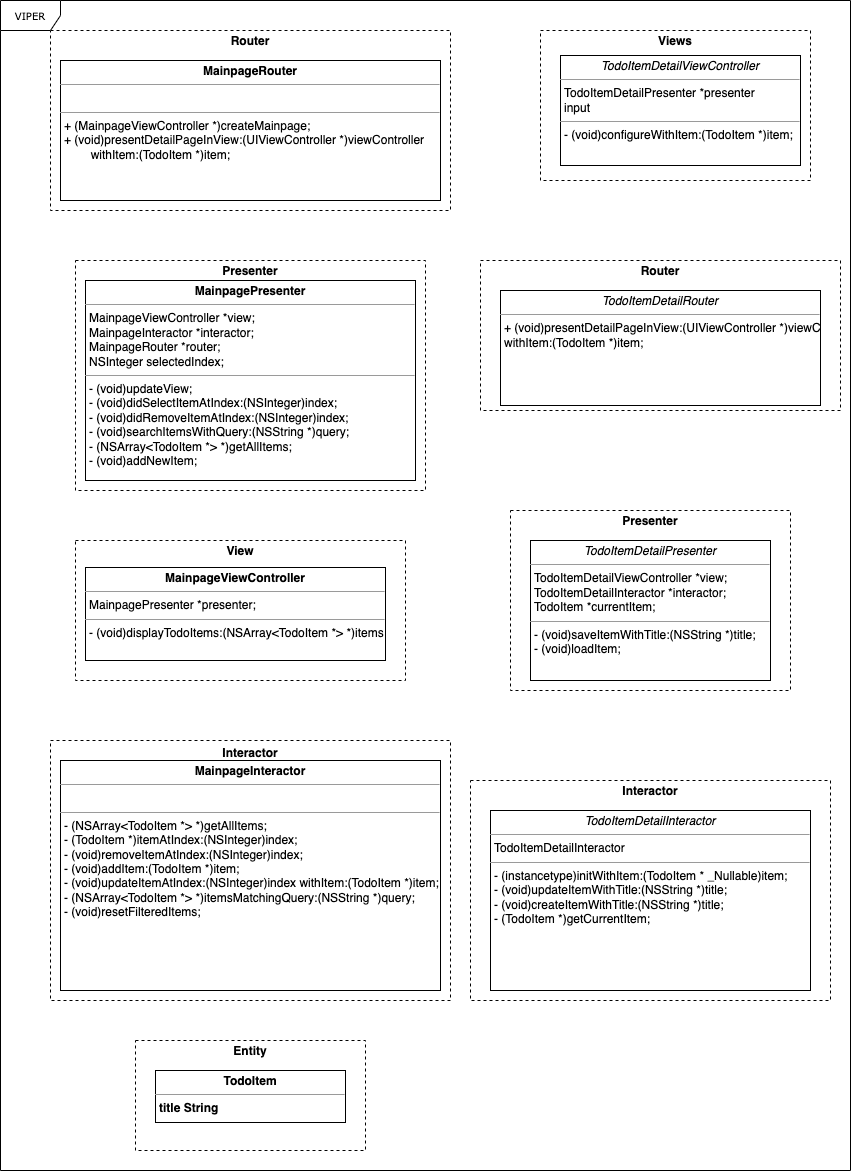
Above: Architectural Patterns/VIPER.drawio.png in jeuneseven/iOS (draw.io), before the change. Source tidied: cells renumbered, new cells last; positions are measured from the earlier drawing's top-left corner, leaving out a move shared by most shapes.
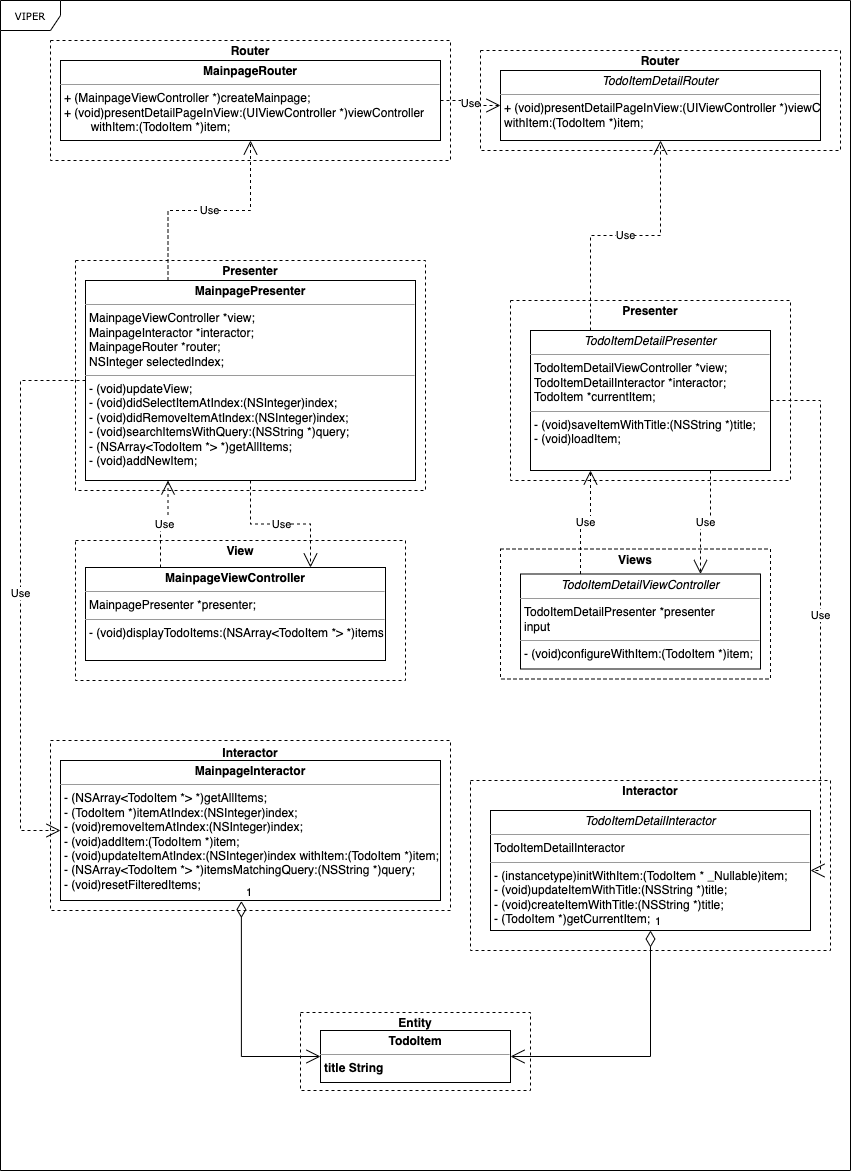
The same file after the commit.

The edit, as a diff of the source:
```diff
@@ -12,32 +12,26 @@
       <mxGeometry x="75" y="540" width="330" height="140" as="geometry" />
     </mxCell>
     <mxCell id="5" value="&lt;p style=&quot;margin:0px;margin-top:4px;text-align:center;&quot;&gt;&lt;/p&gt;&lt;div style=&quot;height:2px;&quot;&gt;&lt;/div&gt;&lt;div style=&quot;text-align: center;&quot;&gt;&lt;span style=&quot;background-color: initial;&quot;&gt;&lt;b&gt;Interactor&lt;/b&gt;&lt;/span&gt;&lt;/div&gt;" style="verticalAlign=top;align=left;overflow=fill;html=1;whiteSpace=wrap;dashed=1;" parent="1" vertex="1">
-      <mxGeometry x="50" y="740" width="400" height="260" as="geometry" />
+      <mxGeometry x="50" y="740" width="400" height="170" as="geometry" />
     </mxCell>
     <mxCell id="6" value="&lt;p style=&quot;margin:0px;margin-top:4px;text-align:center;&quot;&gt;&lt;b&gt;Entity&lt;/b&gt;&lt;/p&gt;" style="verticalAlign=top;align=left;overflow=fill;html=1;whiteSpace=wrap;dashed=1;" parent="1" vertex="1">
-      <mxGeometry x="135" y="1040" width="230" height="110" as="geometry" />
+      <mxGeometry x="300" y="1012" width="230" height="78" as="geometry" />
     </mxCell>
     <mxCell id="7" value="&lt;p style=&quot;margin:0px;margin-top:4px;text-align:center;&quot;&gt;&lt;b&gt;Interactor&lt;/b&gt;&lt;br&gt;&lt;/p&gt;" style="verticalAlign=top;align=left;overflow=fill;html=1;whiteSpace=wrap;dashed=1;" parent="1" vertex="1">
-      <mxGeometry x="470" y="780" width="360" height="220" as="geometry" />
+      <mxGeometry x="470" y="780" width="360" height="170" as="geometry" />
     </mxCell>
     <mxCell id="8" value="&lt;p style=&quot;margin:0px;margin-top:4px;text-align:center;&quot;&gt;&lt;b&gt;Presenter&lt;/b&gt;&lt;/p&gt;" style="verticalAlign=top;align=left;overflow=fill;html=1;whiteSpace=wrap;dashed=1;" parent="1" vertex="1">
-      <mxGeometry x="510" y="510" width="280" height="180" as="geometry" />
+      <mxGeometry x="510" y="300" width="280" height="180" as="geometry" />
     </mxCell>
     <mxCell id="9" value="&lt;p style=&quot;margin:0px;margin-top:4px;text-align:center;&quot;&gt;&lt;b&gt;Router&lt;/b&gt;&lt;/p&gt;" style="verticalAlign=top;align=left;overflow=fill;html=1;whiteSpace=wrap;dashed=1;" parent="1" vertex="1">
-      <mxGeometry x="480" y="260" width="360" height="150" as="geometry" />
+      <mxGeometry x="480" y="50" width="360" height="100" as="geometry" />
     </mxCell>
     <mxCell id="10" value="&lt;p style=&quot;margin:0px;margin-top:4px;text-align:center;&quot;&gt;&lt;b&gt;Views&lt;/b&gt;&lt;/p&gt;" style="verticalAlign=top;align=left;overflow=fill;html=1;whiteSpace=wrap;dashed=1;" parent="1" vertex="1">
-      <mxGeometry x="540" y="30" width="270" height="150" as="geometry" />
+      <mxGeometry x="500" y="548.5" width="270" height="130" as="geometry" />
     </mxCell>
     <mxCell id="11" value="&lt;p style=&quot;margin:0px;margin-top:4px;text-align:center;&quot;&gt;&lt;b&gt;Router&lt;/b&gt;&lt;/p&gt;" style="verticalAlign=top;align=left;overflow=fill;html=1;whiteSpace=wrap;dashed=1;" parent="1" vertex="1">
-      <mxGeometry x="50" y="30" width="400" height="180" as="geometry" />
+      <mxGeometry x="50" y="40" width="400" height="120" as="geometry" />
     </mxCell>
-    <mxCell id="12" style="edgeStyle=orthogonalEdgeStyle;rounded=0;html=1;dashed=1;labelBackgroundColor=none;startFill=0;endArrow=open;endFill=0;endSize=10;fontFamily=Verdana;fontSize=10;" parent="1" edge="1">
-      <mxGeometry relative="1" as="geometry">
-        <mxPoint x="730" y="914" as="sourcePoint" />
-        <mxPoint x="730" y="938" as="targetPoint" />
-      </mxGeometry>
-    </mxCell>
     <mxCell id="13" style="edgeStyle=orthogonalEdgeStyle;rounded=0;html=1;dashed=1;labelBackgroundColor=none;startFill=0;endArrow=open;endFill=0;endSize=10;fontFamily=Verdana;fontSize=10;" parent="1" edge="1">
       <mxGeometry relative="1" as="geometry">
         <mxPoint x="730" y="1048" as="sourcePoint" />
@@ -49,19 +43,19 @@
       </mxGeometry>
     </mxCell>
     <mxCell id="15" value="&lt;p style=&quot;margin:0px;margin-top:4px;text-align:center;&quot;&gt;&lt;i&gt;TodoItemDetailInteractor&lt;/i&gt;&lt;br&gt;&lt;/p&gt;&lt;hr size=&quot;1&quot;&gt;&lt;p style=&quot;margin:0px;margin-left:4px;&quot;&gt;TodoItemDetailInteractor&lt;br&gt;&lt;/p&gt;&lt;hr size=&quot;1&quot;&gt;&lt;p style=&quot;margin:0px;margin-left:4px;&quot;&gt;- (instancetype)initWithItem:(TodoItem * _Nullable)item;&lt;/p&gt;&lt;p style=&quot;margin:0px;margin-left:4px;&quot;&gt;- (void)updateItemWithTitle:(NSString *)title;&lt;/p&gt;&lt;p style=&quot;margin:0px;margin-left:4px;&quot;&gt;- (void)createItemWithTitle:(NSString *)title;&lt;/p&gt;&lt;p style=&quot;margin:0px;margin-left:4px;&quot;&gt;- (TodoItem *)getCurrentItem;&lt;/p&gt;" style="verticalAlign=top;align=left;overflow=fill;fontSize=12;fontFamily=Helvetica;html=1;rounded=0;shadow=0;comic=0;labelBackgroundColor=none;strokeWidth=1;" parent="1" vertex="1">
-      <mxGeometry x="490" y="810" width="320" height="180" as="geometry" />
+      <mxGeometry x="490" y="810" width="320" height="120" as="geometry" />
     </mxCell>
     <mxCell id="16" value="&lt;p style=&quot;margin:0px;margin-top:4px;text-align:center;&quot;&gt;&lt;i&gt;TodoItemDetailPresenter&lt;/i&gt;&lt;br&gt;&lt;/p&gt;&lt;hr size=&quot;1&quot;&gt;&lt;p style=&quot;margin:0px;margin-left:4px;&quot;&gt;TodoItemDetailViewController *view;&lt;/p&gt;&lt;p style=&quot;margin:0px;margin-left:4px;&quot;&gt;TodoItemDetailInteractor *interactor;&lt;/p&gt;&lt;p style=&quot;margin:0px;margin-left:4px;&quot;&gt;TodoItem *currentItem;&lt;/p&gt;&lt;hr size=&quot;1&quot;&gt;&lt;p style=&quot;margin:0px;margin-left:4px;&quot;&gt;- (void)saveItemWithTitle:(NSString *)title;&lt;/p&gt;&lt;p style=&quot;margin:0px;margin-left:4px;&quot;&gt;- (void)loadItem;&lt;/p&gt;" style="verticalAlign=top;align=left;overflow=fill;fontSize=12;fontFamily=Helvetica;html=1;rounded=0;shadow=0;comic=0;labelBackgroundColor=none;strokeWidth=1;" parent="1" vertex="1">
-      <mxGeometry x="530" y="540" width="240" height="140" as="geometry" />
+      <mxGeometry x="530" y="330" width="240" height="140" as="geometry" />
     </mxCell>
     <mxCell id="17" value="&lt;p style=&quot;margin:0px;margin-top:4px;text-align:center;&quot;&gt;&lt;b style=&quot;background-color: initial;&quot;&gt;TodoItem&lt;/b&gt;&lt;br&gt;&lt;/p&gt;&lt;hr size=&quot;1&quot;&gt;&lt;p style=&quot;margin:0px;margin-left:4px;&quot;&gt;&lt;b style=&quot;text-align: center;&quot;&gt;title String&lt;/b&gt;&lt;br&gt;&lt;/p&gt;&lt;hr size=&quot;1&quot;&gt;&lt;p style=&quot;margin:0px;margin-left:4px;&quot;&gt;&lt;br&gt;&lt;/p&gt;" style="verticalAlign=top;align=left;overflow=fill;fontSize=12;fontFamily=Helvetica;html=1;rounded=0;shadow=0;comic=0;labelBackgroundColor=none;strokeWidth=1;" parent="1" vertex="1">
-      <mxGeometry x="155" y="1070" width="190" height="52" as="geometry" />
+      <mxGeometry x="320" y="1030" width="190" height="52" as="geometry" />
     </mxCell>
-    <mxCell id="18" value="&lt;p style=&quot;margin:0px;margin-top:4px;text-align:center;&quot;&gt;&lt;b&gt;MainpageInteractor&lt;/b&gt;&lt;br&gt;&lt;/p&gt;&lt;hr size=&quot;1&quot;&gt;&lt;p style=&quot;margin:0px;margin-left:4px;&quot;&gt;&lt;br&gt;&lt;/p&gt;&lt;hr size=&quot;1&quot;&gt;&lt;p style=&quot;margin:0px;margin-left:4px;&quot;&gt;- (NSArray&amp;lt;TodoItem *&amp;gt; *)getAllItems;&lt;/p&gt;&lt;p style=&quot;margin:0px;margin-left:4px;&quot;&gt;- (TodoItem *)itemAtIndex:(NSInteger)index;&lt;/p&gt;&lt;p style=&quot;margin:0px;margin-left:4px;&quot;&gt;- (void)removeItemAtIndex:(NSInteger)index;&lt;/p&gt;&lt;p style=&quot;margin:0px;margin-left:4px;&quot;&gt;- (void)addItem:(TodoItem *)item;&lt;/p&gt;&lt;p style=&quot;margin:0px;margin-left:4px;&quot;&gt;- (void)updateItemAtIndex:(NSInteger)index withItem:(TodoItem *)item;&lt;/p&gt;&lt;p style=&quot;margin:0px;margin-left:4px;&quot;&gt;- (NSArray&amp;lt;TodoItem *&amp;gt; *)itemsMatchingQuery:(NSString *)query;&lt;/p&gt;&lt;p style=&quot;margin:0px;margin-left:4px;&quot;&gt;- (void)resetFilteredItems;&lt;/p&gt;" style="verticalAlign=top;align=left;overflow=fill;fontSize=12;fontFamily=Helvetica;html=1;rounded=0;shadow=0;comic=0;labelBackgroundColor=none;strokeWidth=1;" parent="1" vertex="1">
-      <mxGeometry x="60" y="760" width="380" height="230" as="geometry" />
+    <mxCell id="18" value="&lt;p style=&quot;margin:0px;margin-top:4px;text-align:center;&quot;&gt;&lt;b&gt;MainpageInteractor&lt;/b&gt;&lt;br&gt;&lt;/p&gt;&lt;hr size=&quot;1&quot;&gt;&lt;p style=&quot;margin:0px;margin-left:4px;&quot;&gt;&lt;span style=&quot;background-color: initial;&quot;&gt;- (NSArray&amp;lt;TodoItem *&amp;gt; *)getAllItems;&lt;/span&gt;&lt;br&gt;&lt;/p&gt;&lt;p style=&quot;margin:0px;margin-left:4px;&quot;&gt;- (TodoItem *)itemAtIndex:(NSInteger)index;&lt;/p&gt;&lt;p style=&quot;margin:0px;margin-left:4px;&quot;&gt;- (void)removeItemAtIndex:(NSInteger)index;&lt;/p&gt;&lt;p style=&quot;margin:0px;margin-left:4px;&quot;&gt;- (void)addItem:(TodoItem *)item;&lt;/p&gt;&lt;p style=&quot;margin:0px;margin-left:4px;&quot;&gt;- (void)updateItemAtIndex:(NSInteger)index withItem:(TodoItem *)item;&lt;/p&gt;&lt;p style=&quot;margin:0px;margin-left:4px;&quot;&gt;- (NSArray&amp;lt;TodoItem *&amp;gt; *)itemsMatchingQuery:(NSString *)query;&lt;/p&gt;&lt;p style=&quot;margin:0px;margin-left:4px;&quot;&gt;- (void)resetFilteredItems;&lt;/p&gt;" style="verticalAlign=top;align=left;overflow=fill;fontSize=12;fontFamily=Helvetica;html=1;rounded=0;shadow=0;comic=0;labelBackgroundColor=none;strokeWidth=1;" parent="1" vertex="1">
+      <mxGeometry x="60" y="760" width="380" height="140" as="geometry" />
     </mxCell>
     <mxCell id="19" value="&lt;p style=&quot;margin:0px;margin-top:4px;text-align:center;&quot;&gt;&lt;i&gt;TodoItemDetailRouter&lt;/i&gt;&lt;/p&gt;&lt;hr size=&quot;1&quot;&gt;&lt;p style=&quot;margin:0px;margin-left:4px;&quot;&gt;+ (void)presentDetailPageInView:(UIViewController *)viewController&amp;nbsp;&lt;/p&gt;&lt;p style=&quot;margin:0px;margin-left:4px;&quot;&gt;withItem:(TodoItem *)item;&lt;br&gt;&lt;/p&gt;" style="verticalAlign=top;align=left;overflow=fill;fontSize=12;fontFamily=Helvetica;html=1;rounded=0;shadow=0;comic=0;labelBackgroundColor=none;strokeWidth=1;" parent="1" vertex="1">
-      <mxGeometry x="500" y="290" width="320" height="115" as="geometry" />
+      <mxGeometry x="500" y="70" width="320" height="70" as="geometry" />
     </mxCell>
     <mxCell id="20" value="&lt;p style=&quot;margin:0px;margin-top:4px;text-align:center;&quot;&gt;&lt;b&gt;MainpageViewController&lt;/b&gt;&lt;br&gt;&lt;/p&gt;&lt;hr size=&quot;1&quot;&gt;&lt;p style=&quot;margin:0px;margin-left:4px;&quot;&gt;MainpagePresenter *presenter;&lt;/p&gt;&lt;hr size=&quot;1&quot;&gt;&lt;p style=&quot;margin:0px;margin-left:4px;&quot;&gt;- (void)displayTodoItems:(NSArray&amp;lt;TodoItem *&amp;gt; *)items;&lt;br&gt;&lt;/p&gt;" style="verticalAlign=top;align=left;overflow=fill;fontSize=12;fontFamily=Helvetica;html=1;rounded=0;shadow=0;comic=0;labelBackgroundColor=none;strokeWidth=1;" parent="1" vertex="1">
       <mxGeometry x="85" y="567" width="300" height="93" as="geometry" />
@@ -69,14 +63,56 @@
     <mxCell id="21" value="&lt;p style=&quot;margin:0px;margin-top:4px;text-align:center;&quot;&gt;&lt;b&gt;MainpagePresenter&lt;/b&gt;&lt;br&gt;&lt;/p&gt;&lt;hr size=&quot;1&quot;&gt;&lt;p style=&quot;margin:0px;margin-left:4px;&quot;&gt;MainpageViewController *view;&lt;/p&gt;&lt;p style=&quot;margin:0px;margin-left:4px;&quot;&gt;MainpageInteractor *interactor;&lt;/p&gt;&lt;p style=&quot;margin:0px;margin-left:4px;&quot;&gt;MainpageRouter *router;&lt;/p&gt;&lt;p style=&quot;margin:0px;margin-left:4px;&quot;&gt;NSInteger selectedIndex;&lt;/p&gt;&lt;hr size=&quot;1&quot;&gt;&lt;p style=&quot;margin:0px;margin-left:4px;&quot;&gt;- (void)updateView;&lt;/p&gt;&lt;p style=&quot;margin:0px;margin-left:4px;&quot;&gt;- (void)didSelectItemAtIndex:(NSInteger)index;&lt;/p&gt;&lt;p style=&quot;margin:0px;margin-left:4px;&quot;&gt;- (void)didRemoveItemAtIndex:(NSInteger)index;&lt;/p&gt;&lt;p style=&quot;margin:0px;margin-left:4px;&quot;&gt;- (void)searchItemsWithQuery:(NSString *)query;&lt;/p&gt;&lt;p style=&quot;margin:0px;margin-left:4px;&quot;&gt;- (NSArray&amp;lt;TodoItem *&amp;gt; *)getAllItems;&lt;/p&gt;&lt;p style=&quot;margin:0px;margin-left:4px;&quot;&gt;- (void)addNewItem;&lt;/p&gt;" style="verticalAlign=top;align=left;overflow=fill;fontSize=12;fontFamily=Helvetica;html=1;rounded=0;shadow=0;comic=0;labelBackgroundColor=none;strokeWidth=1;" parent="1" vertex="1">
       <mxGeometry x="85" y="280" width="330" height="200" as="geometry" />
     </mxCell>
-    <mxCell id="22" value="&lt;p style=&quot;margin:0px;margin-top:4px;text-align:center;&quot;&gt;&lt;b&gt;MainpageRouter&lt;/b&gt;&lt;br&gt;&lt;/p&gt;&lt;hr size=&quot;1&quot;&gt;&lt;p style=&quot;margin:0px;margin-left:4px;&quot;&gt;&lt;br&gt;&lt;/p&gt;&lt;hr size=&quot;1&quot;&gt;&lt;p style=&quot;margin:0px;margin-left:4px;&quot;&gt;+ (MainpageViewController *)createMainpage;&lt;/p&gt;&lt;p style=&quot;margin:0px;margin-left:4px;&quot;&gt;+ (void)presentDetailPageInView:(UIViewController *)viewController&amp;nbsp;&lt;/p&gt;&lt;p style=&quot;margin:0px;margin-left:4px;&quot;&gt;&lt;span style=&quot;white-space: pre;&quot;&gt;&#9;&lt;/span&gt;withItem:(TodoItem *)item;&lt;/p&gt;&lt;div&gt;&lt;br&gt;&lt;/div&gt;" style="verticalAlign=top;align=left;overflow=fill;fontSize=12;fontFamily=Helvetica;html=1;rounded=0;shadow=0;comic=0;labelBackgroundColor=none;strokeWidth=1;" parent="1" vertex="1">
-      <mxGeometry x="60" y="60" width="380" height="140" as="geometry" />
+    <mxCell id="22" value="&lt;p style=&quot;margin:0px;margin-top:4px;text-align:center;&quot;&gt;&lt;b&gt;MainpageRouter&lt;/b&gt;&lt;br&gt;&lt;/p&gt;&lt;hr size=&quot;1&quot;&gt;&lt;p style=&quot;margin:0px;margin-left:4px;&quot;&gt;&lt;span style=&quot;background-color: initial;&quot;&gt;+ (MainpageViewController *)createMainpage;&lt;/span&gt;&lt;br&gt;&lt;/p&gt;&lt;p style=&quot;margin:0px;margin-left:4px;&quot;&gt;+ (void)presentDetailPageInView:(UIViewController *)viewController&amp;nbsp;&lt;/p&gt;&lt;p style=&quot;margin:0px;margin-left:4px;&quot;&gt;&lt;span style=&quot;white-space: pre;&quot;&gt;&#9;&lt;/span&gt;withItem:(TodoItem *)item;&lt;/p&gt;&lt;div&gt;&lt;br&gt;&lt;/div&gt;" style="verticalAlign=top;align=left;overflow=fill;fontSize=12;fontFamily=Helvetica;html=1;rounded=0;shadow=0;comic=0;labelBackgroundColor=none;strokeWidth=1;" parent="1" vertex="1">
+      <mxGeometry x="60" y="60" width="380" height="80" as="geometry" />
     </mxCell>
     <mxCell id="23" value="&lt;p style=&quot;margin:0px;margin-top:4px;text-align:center;&quot;&gt;&lt;i&gt;TodoItemDetailViewController&lt;/i&gt;&lt;br&gt;&lt;/p&gt;&lt;hr size=&quot;1&quot;&gt;&lt;p style=&quot;margin:0px;margin-left:4px;&quot;&gt;TodoItemDetailPresenter *presenter&lt;/p&gt;&lt;p style=&quot;margin:0px;margin-left:4px;&quot;&gt;input&lt;/p&gt;&lt;hr size=&quot;1&quot;&gt;&lt;p style=&quot;margin:0px;margin-left:4px;&quot;&gt;- (void)configureWithItem:(TodoItem *)item;&lt;br&gt;&lt;/p&gt;" style="verticalAlign=top;align=left;overflow=fill;fontSize=12;fontFamily=Helvetica;html=1;rounded=0;shadow=0;comic=0;labelBackgroundColor=none;strokeWidth=1;" parent="1" vertex="1">
-      <mxGeometry x="560" y="55" width="240" height="110" as="geometry" />
+      <mxGeometry x="520" y="573.5" width="240" height="95" as="geometry" />
     </mxCell>
     <mxCell id="24" style="edgeStyle=orthogonalEdgeStyle;rounded=0;orthogonalLoop=1;jettySize=auto;html=1;exitX=0.5;exitY=1;exitDx=0;exitDy=0;" parent="1" edge="1" source="18" target="18">
       <mxGeometry relative="1" as="geometry" />
     </mxCell>
+    <mxCell id="25" value="1" style="endArrow=open;html=1;endSize=12;startArrow=diamondThin;startSize=14;startFill=0;edgeStyle=orthogonalEdgeStyle;align=left;verticalAlign=bottom;rounded=0;exitX=0.476;exitY=1.004;exitDx=0;exitDy=0;exitPerimeter=0;entryX=0;entryY=0.5;entryDx=0;entryDy=0;" parent="1" edge="1" source="18" target="17">
+      <mxGeometry x="-1" y="3" relative="1" as="geometry">
+        <Array as="points">
+          <mxPoint x="241" y="1056" />
+        </Array>
+      </mxGeometry>
+    </mxCell>
+    <mxCell id="26" value="1" style="endArrow=open;html=1;endSize=12;startArrow=diamondThin;startSize=14;startFill=0;edgeStyle=orthogonalEdgeStyle;align=left;verticalAlign=bottom;rounded=0;exitX=0.5;exitY=1;exitDx=0;exitDy=0;entryX=1;entryY=0.5;entryDx=0;entryDy=0;" parent="1" edge="1" source="15" target="17">
+      <mxGeometry x="-1" y="3" relative="1" as="geometry" />
+    </mxCell>
+    <mxCell id="27" value="Use" style="endArrow=open;endSize=12;dashed=1;html=1;rounded=0;exitX=0.5;exitY=1;exitDx=0;exitDy=0;entryX=0.75;entryY=0;entryDx=0;entryDy=0;edgeStyle=orthogonalEdgeStyle;" parent="1" edge="1" source="21" target="20">
+      <mxGeometry relative="1" as="geometry" />
+    </mxCell>
+    <mxCell id="28" value="Use" style="endArrow=open;endSize=12;dashed=1;html=1;rounded=0;exitX=0.25;exitY=0;exitDx=0;exitDy=0;entryX=0.25;entryY=1;entryDx=0;entryDy=0;edgeStyle=orthogonalEdgeStyle;" parent="1" edge="1" source="20" target="21">
+      <mxGeometry relative="1" as="geometry" />
+    </mxCell>
+    <mxCell id="29" value="Use" style="endArrow=open;endSize=12;dashed=1;html=1;rounded=0;exitX=0;exitY=0.5;exitDx=0;exitDy=0;entryX=0;entryY=0.5;entryDx=0;entryDy=0;edgeStyle=orthogonalEdgeStyle;" parent="1" edge="1" source="21" target="18">
+      <mxGeometry relative="1" as="geometry">
+        <Array as="points">
+          <mxPoint x="20" y="380" />
+          <mxPoint x="20" y="830" />
+        </Array>
+      </mxGeometry>
+    </mxCell>
+    <mxCell id="30" value="Use" style="endArrow=open;endSize=12;dashed=1;html=1;rounded=0;entryX=0.5;entryY=1;entryDx=0;entryDy=0;exitX=0.25;exitY=0;exitDx=0;exitDy=0;edgeStyle=orthogonalEdgeStyle;" parent="1" edge="1" source="21" target="22">
+      <mxGeometry relative="1" as="geometry" />
+    </mxCell>
+    <mxCell id="31" value="Use" style="endArrow=open;endSize=12;dashed=1;html=1;rounded=0;exitX=1;exitY=0.5;exitDx=0;exitDy=0;entryX=0;entryY=0.5;entryDx=0;entryDy=0;edgeStyle=orthogonalEdgeStyle;" parent="1" edge="1" source="22" target="19">
+      <mxGeometry relative="1" as="geometry" />
+    </mxCell>
+    <mxCell id="32" value="Use" style="endArrow=open;endSize=12;dashed=1;html=1;rounded=0;exitX=0.75;exitY=1;exitDx=0;exitDy=0;entryX=0.75;entryY=0;entryDx=0;entryDy=0;edgeStyle=orthogonalEdgeStyle;" parent="1" edge="1" source="16" target="23">
+      <mxGeometry relative="1" as="geometry" />
+    </mxCell>
+    <mxCell id="33" value="Use" style="endArrow=open;endSize=12;dashed=1;html=1;rounded=0;exitX=0.25;exitY=0;exitDx=0;exitDy=0;entryX=0.25;entryY=1;entryDx=0;entryDy=0;edgeStyle=orthogonalEdgeStyle;" parent="1" edge="1" source="23" target="16">
+      <mxGeometry relative="1" as="geometry" />
+    </mxCell>
+    <mxCell id="34" value="Use" style="endArrow=open;endSize=12;dashed=1;html=1;rounded=0;exitX=0.25;exitY=0;exitDx=0;exitDy=0;entryX=0.5;entryY=1;entryDx=0;entryDy=0;edgeStyle=orthogonalEdgeStyle;" parent="1" edge="1" source="16" target="19">
+      <mxGeometry relative="1" as="geometry" />
+    </mxCell>
+    <mxCell id="35" value="Use" style="endArrow=open;endSize=12;dashed=1;html=1;rounded=0;exitX=1;exitY=0.5;exitDx=0;exitDy=0;entryX=1;entryY=0.5;entryDx=0;entryDy=0;edgeStyle=orthogonalEdgeStyle;" parent="1" edge="1" source="16" target="15">
+      <mxGeometry relative="1" as="geometry" />
+    </mxCell>
   </root>
 </mxGraphModel>
```
